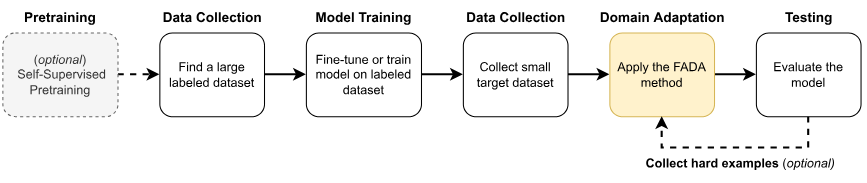
Earlier version of the draw.io export DA_tutorial/images/overview.svg (geffenc/DA_ai8x-training). Source tidied: cells renumbered, new cells last; positions are measured from the earlier drawing's top-left corner, leaving out a move shared by most shapes. Its diagram source:
```xml
<mxGraphModel>
  <root>
    <mxCell id="0" />
    <mxCell id="1" parent="0" />
    <mxCell id="2" style="edgeStyle=orthogonalEdgeStyle;rounded=0;jettySize=auto;html=1;exitX=1;exitY=0.5;exitDx=0;exitDy=0;strokeWidth=2;" parent="1" edge="1" source="3" target="5">
      <mxGeometry relative="1" as="geometry" />
    </mxCell>
    <mxCell id="3" value="Find a large labeled dataset" style="rounded=1;whiteSpace=wrap;html=1;" parent="1" vertex="1">
      <mxGeometry x="150" y="30" width="100" height="80" as="geometry" />
    </mxCell>
    <mxCell id="4" style="edgeStyle=orthogonalEdgeStyle;rounded=0;jettySize=auto;html=1;exitX=1;exitY=0.5;exitDx=0;exitDy=0;entryX=0;entryY=0.5;entryDx=0;entryDy=0;strokeWidth=2;" parent="1" edge="1" source="5" target="9">
      <mxGeometry relative="1" as="geometry" />
    </mxCell>
    <mxCell id="5" value="Fine-tune or train model on labeled dataset" style="rounded=1;whiteSpace=wrap;html=1;" parent="1" vertex="1">
      <mxGeometry x="290" y="30" width="110" height="80" as="geometry" />
    </mxCell>
    <mxCell id="6" style="edgeStyle=orthogonalEdgeStyle;rounded=0;jettySize=auto;html=1;exitX=1;exitY=0.5;exitDx=0;exitDy=0;entryX=0;entryY=0.5;entryDx=0;entryDy=0;strokeWidth=2;dashed=1;" parent="1" edge="1" source="7" target="3">
      <mxGeometry relative="1" as="geometry" />
    </mxCell>
    <mxCell id="7" value="(&lt;i&gt;optional&lt;/i&gt;)&lt;br&gt;&amp;nbsp;Self-Supervised Pretraining" style="rounded=1;whiteSpace=wrap;html=1;dashed=1;fillColor=#f5f5f5;fontColor=#333333;strokeColor=#666666;" parent="1" vertex="1">
      <mxGeometry y="30" width="110" height="80" as="geometry" />
    </mxCell>
    <mxCell id="8" style="edgeStyle=orthogonalEdgeStyle;rounded=0;jettySize=auto;html=1;exitX=1;exitY=0.5;exitDx=0;exitDy=0;entryX=0;entryY=0.5;entryDx=0;entryDy=0;strokeWidth=2;" parent="1" edge="1" source="9" target="11">
      <mxGeometry relative="1" as="geometry" />
    </mxCell>
    <mxCell id="9" value="Collect small target dataset" style="rounded=1;whiteSpace=wrap;html=1;" parent="1" vertex="1">
      <mxGeometry x="440" y="30" width="100" height="80" as="geometry" />
    </mxCell>
    <mxCell id="10" style="edgeStyle=orthogonalEdgeStyle;rounded=0;jettySize=auto;html=1;exitX=1;exitY=0.5;exitDx=0;exitDy=0;entryX=0;entryY=0.5;entryDx=0;entryDy=0;strokeWidth=2;" parent="1" edge="1" source="11" target="13">
      <mxGeometry relative="1" as="geometry" />
    </mxCell>
    <mxCell id="11" value="Apply the FADA method" style="rounded=1;whiteSpace=wrap;html=1;fillColor=#fff2cc;strokeColor=#d6b656;" parent="1" vertex="1">
      <mxGeometry x="580" y="30" width="100" height="80" as="geometry" />
    </mxCell>
    <mxCell id="12" style="edgeStyle=orthogonalEdgeStyle;rounded=0;jettySize=auto;html=1;exitX=0.5;exitY=1;exitDx=0;exitDy=0;entryX=0.5;entryY=1;entryDx=0;entryDy=0;strokeWidth=2;dashed=1;" parent="1" edge="1" source="13" target="11">
      <mxGeometry relative="1" as="geometry">
        <Array as="points">
          <mxPoint x="770" y="140" />
          <mxPoint x="630" y="140" />
        </Array>
      </mxGeometry>
    </mxCell>
    <mxCell id="13" value="Evaluate the model" style="rounded=1;whiteSpace=wrap;html=1;" parent="1" vertex="1">
      <mxGeometry x="720" y="30" width="100" height="80" as="geometry" />
    </mxCell>
    <mxCell id="14" value="&lt;b&gt;Collect hard examples&lt;/b&gt; (&lt;i&gt;optional)&lt;/i&gt;" style="text;html=1;strokeColor=none;fillColor=none;align=center;verticalAlign=middle;whiteSpace=wrap;rounded=0;" parent="1" vertex="1">
      <mxGeometry x="600" y="140" width="210" height="30" as="geometry" />
    </mxCell>
    <mxCell id="15" value="Pretraining" style="text;html=1;strokeColor=none;fillColor=none;align=center;verticalAlign=middle;whiteSpace=wrap;rounded=0;fontStyle=1;fontSize=13;" parent="1" vertex="1">
      <mxGeometry x="25" width="60" height="30" as="geometry" />
    </mxCell>
    <mxCell id="16" value="Data Collection" style="text;html=1;strokeColor=none;fillColor=none;align=center;verticalAlign=middle;whiteSpace=wrap;rounded=0;fontStyle=1;fontSize=13;" parent="1" vertex="1">
      <mxGeometry x="147.5" width="105" height="30" as="geometry" />
    </mxCell>
    <mxCell id="17" value="Model Training" style="text;html=1;strokeColor=none;fillColor=none;align=center;verticalAlign=middle;whiteSpace=wrap;rounded=0;fontStyle=1;fontSize=13;" parent="1" vertex="1">
      <mxGeometry x="295" width="100" height="30" as="geometry" />
    </mxCell>
    <mxCell id="18" value="Data Collection" style="text;html=1;strokeColor=none;fillColor=none;align=center;verticalAlign=middle;whiteSpace=wrap;rounded=0;fontStyle=1;fontSize=13;" parent="1" vertex="1">
      <mxGeometry x="437.5" width="105" height="30" as="geometry" />
    </mxCell>
    <mxCell id="19" value="Domain Adaptation" style="text;html=1;strokeColor=none;fillColor=none;align=center;verticalAlign=middle;whiteSpace=wrap;rounded=0;fontStyle=1;fontSize=13;" parent="1" vertex="1">
      <mxGeometry x="568.8" width="122.5" height="30" as="geometry" />
    </mxCell>
    <mxCell id="20" value="Testing" style="text;html=1;strokeColor=none;fillColor=none;align=center;verticalAlign=middle;whiteSpace=wrap;rounded=0;fontStyle=1;fontSize=13;" parent="1" vertex="1">
      <mxGeometry x="717.5" width="105" height="30" as="geometry" />
    </mxCell>
  </root>
</mxGraphModel>
```
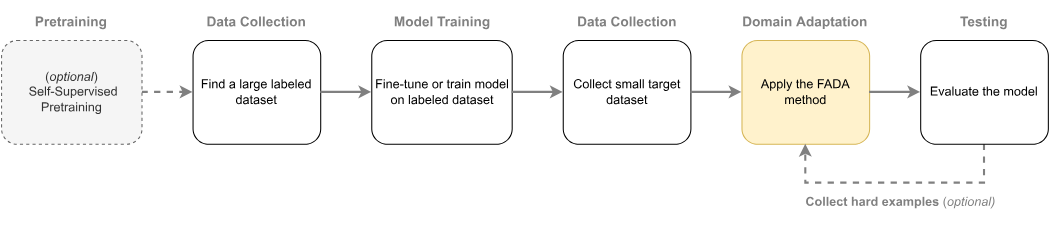
The same diagram one commit later.

The edit, as a diff of the source:
```diff
@@ -2,67 +2,70 @@
   <root>
     <mxCell id="0" />
     <mxCell id="1" parent="0" />
+    <mxCell id="21" style="group;" parent="1" vertex="1">
+      <mxGeometry y="-40" width="1000" height="210" as="geometry" />
+    </mxCell>
+    <mxCell id="3" value="Find a large labeled dataset" style="rounded=1;whiteSpace=wrap;html=1;" parent="21" vertex="1">
+      <mxGeometry x="182.4" y="37.1" width="121.6" height="98.8" as="geometry" />
+    </mxCell>
+    <mxCell id="5" value="Fine-tune or train model on labeled dataset" style="rounded=1;whiteSpace=wrap;html=1;" parent="21" vertex="1">
+      <mxGeometry x="352.6" y="37.1" width="133.7" height="98.8" as="geometry" />
+    </mxCell>
-    <mxCell id="2" style="edgeStyle=orthogonalEdgeStyle;rounded=0;jettySize=auto;html=1;exitX=1;exitY=0.5;exitDx=0;exitDy=0;strokeWidth=2;" parent="1" edge="1" source="3" target="5">
+    <mxCell id="2" style="edgeStyle=orthogonalEdgeStyle;rounded=0;jettySize=auto;html=1;exitX=1;exitY=0.5;exitDx=0;exitDy=0;strokeWidth=2;fontColor=#808080;strokeColor=#808080;" parent="21" edge="1" source="3" target="5">
       <mxGeometry relative="1" as="geometry" />
     </mxCell>
-    <mxCell id="3" value="Find a large labeled dataset" style="rounded=1;whiteSpace=wrap;html=1;" parent="1" vertex="1">
-      <mxGeometry x="150" y="30" width="100" height="80" as="geometry" />
-    </mxCell>
-    <mxCell id="4" style="edgeStyle=orthogonalEdgeStyle;rounded=0;jettySize=auto;html=1;exitX=1;exitY=0.5;exitDx=0;exitDy=0;entryX=0;entryY=0.5;entryDx=0;entryDy=0;strokeWidth=2;" parent="1" edge="1" source="5" target="9">
-      <mxGeometry relative="1" as="geometry" />
-    </mxCell>
-    <mxCell id="5" value="Fine-tune or train model on labeled dataset" style="rounded=1;whiteSpace=wrap;html=1;" parent="1" vertex="1">
-      <mxGeometry x="290" y="30" width="110" height="80" as="geometry" />
-    </mxCell>
-    <mxCell id="6" style="edgeStyle=orthogonalEdgeStyle;rounded=0;jettySize=auto;html=1;exitX=1;exitY=0.5;exitDx=0;exitDy=0;entryX=0;entryY=0.5;entryDx=0;entryDy=0;strokeWidth=2;dashed=1;" parent="1" edge="1" source="7" target="3">
+    <mxCell id="6" style="edgeStyle=orthogonalEdgeStyle;rounded=0;jettySize=auto;html=1;exitX=1;exitY=0.5;exitDx=0;exitDy=0;entryX=0;entryY=0.5;entryDx=0;entryDy=0;strokeWidth=2;dashed=1;fontColor=#808080;strokeColor=#808080;" parent="21" edge="1" source="7" target="3">
       <mxGeometry relative="1" as="geometry" />
     </mxCell>
-    <mxCell id="7" value="(&lt;i&gt;optional&lt;/i&gt;)&lt;br&gt;&amp;nbsp;Self-Supervised Pretraining" style="rounded=1;whiteSpace=wrap;html=1;dashed=1;fillColor=#f5f5f5;fontColor=#333333;strokeColor=#666666;" parent="1" vertex="1">
-      <mxGeometry y="30" width="110" height="80" as="geometry" />
+    <mxCell id="7" value="(&lt;i&gt;optional&lt;/i&gt;)&lt;br&gt;&amp;nbsp;Self-Supervised Pretraining" style="rounded=1;whiteSpace=wrap;html=1;dashed=1;fillColor=#f5f5f5;fontColor=#333333;strokeColor=#666666;" parent="21" vertex="1">
+      <mxGeometry y="37.1" width="133.7" height="98.8" as="geometry" />
     </mxCell>
+    <mxCell id="9" value="Collect small target dataset" style="rounded=1;whiteSpace=wrap;html=1;" parent="21" vertex="1">
+      <mxGeometry x="535" y="37.1" width="121.6" height="98.8" as="geometry" />
+    </mxCell>
+    <mxCell id="4" style="edgeStyle=orthogonalEdgeStyle;rounded=0;jettySize=auto;html=1;exitX=1;exitY=0.5;exitDx=0;exitDy=0;entryX=0;entryY=0.5;entryDx=0;entryDy=0;strokeWidth=2;fontColor=#808080;strokeColor=#808080;" parent="21" edge="1" source="5" target="9">
+      <mxGeometry relative="1" as="geometry" />
+    </mxCell>
+    <mxCell id="11" value="Apply the FADA method" style="rounded=1;whiteSpace=wrap;html=1;fillColor=#fff2cc;strokeColor=#d6b656;" parent="21" vertex="1">
+      <mxGeometry x="705.2" y="37.1" width="121.6" height="98.8" as="geometry" />
+    </mxCell>
-    <mxCell id="8" style="edgeStyle=orthogonalEdgeStyle;rounded=0;jettySize=auto;html=1;exitX=1;exitY=0.5;exitDx=0;exitDy=0;entryX=0;entryY=0.5;entryDx=0;entryDy=0;strokeWidth=2;" parent="1" edge="1" source="9" target="11">
+    <mxCell id="8" style="edgeStyle=orthogonalEdgeStyle;rounded=0;jettySize=auto;html=1;exitX=1;exitY=0.5;exitDx=0;exitDy=0;entryX=0;entryY=0.5;entryDx=0;entryDy=0;strokeWidth=2;fontColor=#808080;strokeColor=#808080;" parent="21" edge="1" source="9" target="11">
       <mxGeometry relative="1" as="geometry" />
     </mxCell>
-    <mxCell id="9" value="Collect small target dataset" style="rounded=1;whiteSpace=wrap;html=1;" parent="1" vertex="1">
-      <mxGeometry x="440" y="30" width="100" height="80" as="geometry" />
-    </mxCell>
-    <mxCell id="10" style="edgeStyle=orthogonalEdgeStyle;rounded=0;jettySize=auto;html=1;exitX=1;exitY=0.5;exitDx=0;exitDy=0;entryX=0;entryY=0.5;entryDx=0;entryDy=0;strokeWidth=2;" parent="1" edge="1" source="11" target="13">
-      <mxGeometry relative="1" as="geometry" />
-    </mxCell>
-    <mxCell id="11" value="Apply the FADA method" style="rounded=1;whiteSpace=wrap;html=1;fillColor=#fff2cc;strokeColor=#d6b656;" parent="1" vertex="1">
-      <mxGeometry x="580" y="30" width="100" height="80" as="geometry" />
-    </mxCell>
-    <mxCell id="12" style="edgeStyle=orthogonalEdgeStyle;rounded=0;jettySize=auto;html=1;exitX=0.5;exitY=1;exitDx=0;exitDy=0;entryX=0.5;entryY=1;entryDx=0;entryDy=0;strokeWidth=2;dashed=1;" parent="1" edge="1" source="13" target="11">
+    <mxCell id="12" style="edgeStyle=orthogonalEdgeStyle;rounded=0;jettySize=auto;html=1;exitX=0.5;exitY=1;exitDx=0;exitDy=0;entryX=0.5;entryY=1;entryDx=0;entryDy=0;strokeWidth=2;dashed=1;fontColor=#808080;strokeColor=#808080;" parent="21" edge="1" source="13" target="11">
       <mxGeometry relative="1" as="geometry">
         <Array as="points">
-          <mxPoint x="770" y="140" />
-          <mxPoint x="630" y="140" />
+          <mxPoint x="936.2" y="172.9" />
+          <mxPoint x="766" y="172.9" />
         </Array>
       </mxGeometry>
     </mxCell>
-    <mxCell id="13" value="Evaluate the model" style="rounded=1;whiteSpace=wrap;html=1;" parent="1" vertex="1">
-      <mxGeometry x="720" y="30" width="100" height="80" as="geometry" />
+    <mxCell id="13" value="Evaluate the model" style="rounded=1;whiteSpace=wrap;html=1;" parent="21" vertex="1">
+      <mxGeometry x="875.4" y="37.1" width="121.6" height="98.8" as="geometry" />
     </mxCell>
+    <mxCell id="10" style="edgeStyle=orthogonalEdgeStyle;rounded=0;jettySize=auto;html=1;exitX=1;exitY=0.5;exitDx=0;exitDy=0;entryX=0;entryY=0.5;entryDx=0;entryDy=0;strokeWidth=2;fontColor=#808080;strokeColor=#808080;" parent="21" edge="1" source="11" target="13">
+      <mxGeometry relative="1" as="geometry" />
+    </mxCell>
-    <mxCell id="14" value="&lt;b&gt;Collect hard examples&lt;/b&gt; (&lt;i&gt;optional)&lt;/i&gt;" style="text;html=1;strokeColor=none;fillColor=none;align=center;verticalAlign=middle;whiteSpace=wrap;rounded=0;" parent="1" vertex="1">
-      <mxGeometry x="600" y="140" width="210" height="30" as="geometry" />
+    <mxCell id="14" value="&lt;b&gt;Collect hard examples&lt;/b&gt; (&lt;i&gt;optional)&lt;/i&gt;" style="text;html=1;strokeColor=none;fillColor=none;align=center;verticalAlign=middle;whiteSpace=wrap;rounded=0;fontColor=#808080;" parent="21" vertex="1">
+      <mxGeometry x="729.5" y="172.9" width="255.3" height="37.1" as="geometry" />
     </mxCell>
-    <mxCell id="15" value="Pretraining" style="text;html=1;strokeColor=none;fillColor=none;align=center;verticalAlign=middle;whiteSpace=wrap;rounded=0;fontStyle=1;fontSize=13;" parent="1" vertex="1">
-      <mxGeometry x="25" width="60" height="30" as="geometry" />
+    <mxCell id="15" value="Pretraining" style="text;html=1;strokeColor=none;fillColor=none;align=center;verticalAlign=middle;whiteSpace=wrap;rounded=0;fontStyle=1;fontSize=13;fontColor=#808080;" parent="21" vertex="1">
+      <mxGeometry x="30.4" width="72.9" height="37.1" as="geometry" />
     </mxCell>
-    <mxCell id="16" value="Data Collection" style="text;html=1;strokeColor=none;fillColor=none;align=center;verticalAlign=middle;whiteSpace=wrap;rounded=0;fontStyle=1;fontSize=13;" parent="1" vertex="1">
-      <mxGeometry x="147.5" width="105" height="30" as="geometry" />
+    <mxCell id="16" value="Data Collection" style="text;html=1;strokeColor=none;fillColor=none;align=center;verticalAlign=middle;whiteSpace=wrap;rounded=0;fontStyle=1;fontSize=13;fontColor=#808080;" parent="21" vertex="1">
+      <mxGeometry x="179.3" width="127.7" height="37.1" as="geometry" />
     </mxCell>
-    <mxCell id="17" value="Model Training" style="text;html=1;strokeColor=none;fillColor=none;align=center;verticalAlign=middle;whiteSpace=wrap;rounded=0;fontStyle=1;fontSize=13;" parent="1" vertex="1">
-      <mxGeometry x="295" width="100" height="30" as="geometry" />
+    <mxCell id="17" value="Model Training" style="text;html=1;strokeColor=none;fillColor=none;align=center;verticalAlign=middle;whiteSpace=wrap;rounded=0;fontStyle=1;fontSize=13;fontColor=#808080;" parent="21" vertex="1">
+      <mxGeometry x="358.7" width="121.6" height="37.1" as="geometry" />
     </mxCell>
-    <mxCell id="18" value="Data Collection" style="text;html=1;strokeColor=none;fillColor=none;align=center;verticalAlign=middle;whiteSpace=wrap;rounded=0;fontStyle=1;fontSize=13;" parent="1" vertex="1">
-      <mxGeometry x="437.5" width="105" height="30" as="geometry" />
+    <mxCell id="18" value="Data Collection" style="text;html=1;strokeColor=none;fillColor=none;align=center;verticalAlign=middle;whiteSpace=wrap;rounded=0;fontStyle=1;fontSize=13;fontColor=#808080;" parent="21" vertex="1">
+      <mxGeometry x="531.9" width="127.7" height="37.1" as="geometry" />
     </mxCell>
-    <mxCell id="19" value="Domain Adaptation" style="text;html=1;strokeColor=none;fillColor=none;align=center;verticalAlign=middle;whiteSpace=wrap;rounded=0;fontStyle=1;fontSize=13;" parent="1" vertex="1">
-      <mxGeometry x="568.8" width="122.5" height="30" as="geometry" />
+    <mxCell id="19" value="Domain Adaptation" style="text;html=1;strokeColor=none;fillColor=none;align=center;verticalAlign=middle;whiteSpace=wrap;rounded=0;fontStyle=1;fontSize=13;fontColor=#808080;" parent="21" vertex="1">
+      <mxGeometry x="691.5" width="148.9" height="37.1" as="geometry" />
     </mxCell>
-    <mxCell id="20" value="Testing" style="text;html=1;strokeColor=none;fillColor=none;align=center;verticalAlign=middle;whiteSpace=wrap;rounded=0;fontStyle=1;fontSize=13;" parent="1" vertex="1">
-      <mxGeometry x="717.5" width="105" height="30" as="geometry" />
+    <mxCell id="20" value="Testing" style="text;html=1;strokeColor=none;fillColor=none;align=center;verticalAlign=middle;whiteSpace=wrap;rounded=0;fontStyle=1;fontSize=13;fontColor=#808080;" parent="21" vertex="1">
+      <mxGeometry x="872.3" width="127.7" height="37.1" as="geometry" />
     </mxCell>
   </root>
 </mxGraphModel>
```
